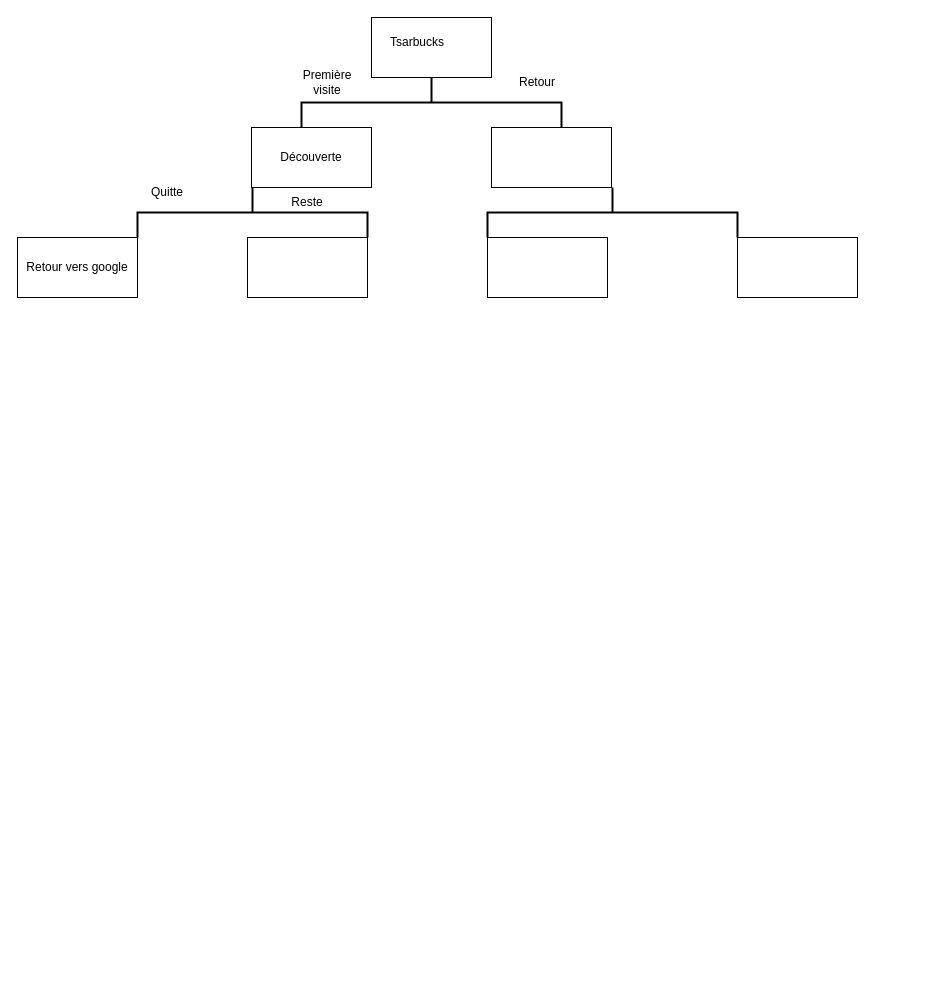
Above: parcours_utilisateur.drawio in Paul-FranckDencausse/Tsarbucks (draw.io), before the change. Source tidied: cells renumbered, new cells numbered last; positions are measured from the earlier drawing's top-left corner, leaving out a move shared by most shapes. Both pictures are drawn from the tidied source at 100%, with x=0, y=0 at pixel (17, 17).
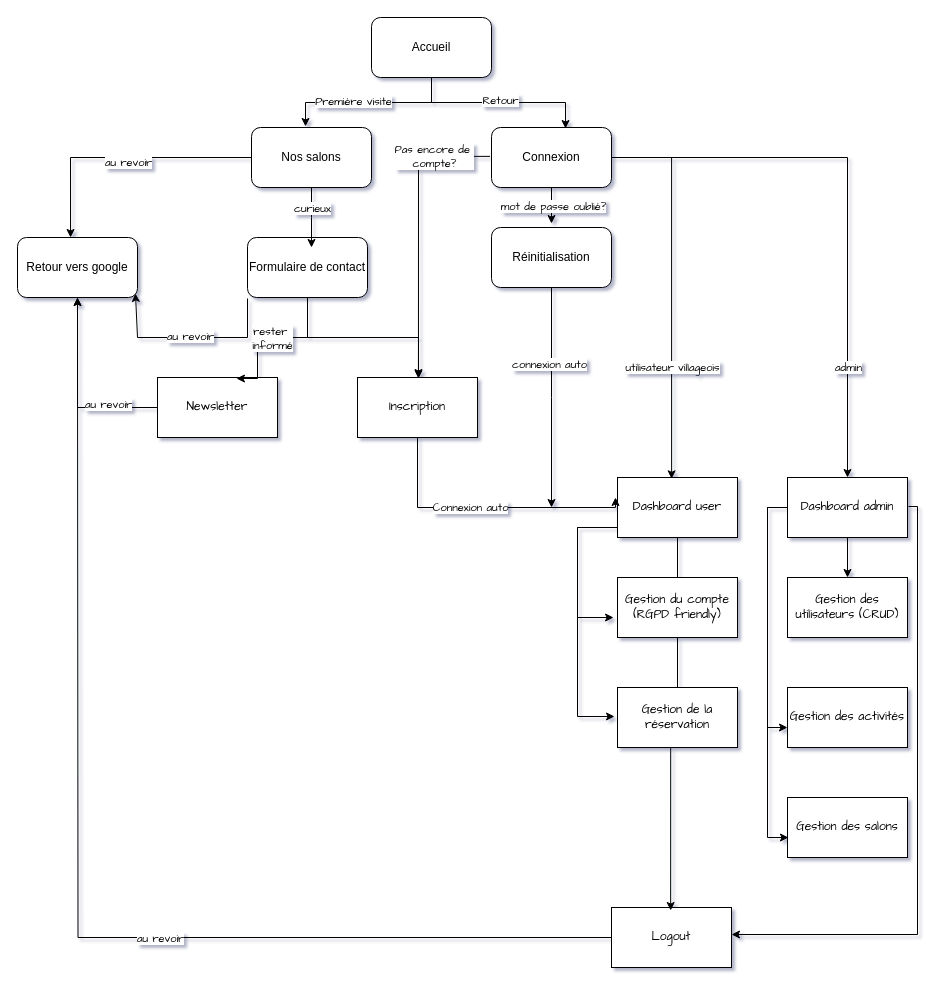
The same diagram, later.

Commit message:
Mettre à jour parcours_utilisateur.drawio

What changed in the source:
```diff
@@
-<mxGraphModel>
+<mxGraphModel shadow="1">
@@
-    <mxCell id="2" style="rounded=0;whiteSpace=wrap;html=1;" parent="1" vertex="1">
+    <mxCell id="2" value="Accueil" style="rounded=1;whiteSpace=wrap;html=1;" parent="1" vertex="1">
       <mxGeometry x="354" width="120" height="60" as="geometry" />
     </mxCell>
-    <mxCell id="3" style="strokeWidth=2;html=1;shape=mxgraph.flowchart.annotation_2;align=left;labelPosition=right;direction=south;" parent="1" vertex="1">
-      <mxGeometry x="284" y="60" width="260" height="50" as="geometry" />
-    </mxCell>
-    <mxCell id="4" value="Découverte" style="rounded=0;whiteSpace=wrap;html=1;" parent="1" vertex="1">
+    <mxCell id="4" value="Nos salons" style="rounded=1;whiteSpace=wrap;html=1;" parent="1" vertex="1">
       <mxGeometry x="234" y="110" width="120" height="60" as="geometry" />
     </mxCell>
-    <mxCell id="5" style="rounded=0;whiteSpace=wrap;html=1;" parent="1" vertex="1">
+    <mxCell id="5" value="Connexion" style="rounded=1;whiteSpace=wrap;html=1;" parent="1" vertex="1">
       <mxGeometry x="474" y="110" width="120" height="60" as="geometry" />
     </mxCell>
-    <mxCell id="6" value="Tsarbucks" style="text;html=1;align=center;verticalAlign=middle;whiteSpace=wrap;rounded=0;" parent="1" vertex="1">
-      <mxGeometry x="370" y="10" width="60" height="30" as="geometry" />
-    </mxCell>
-    <mxCell id="7" value="Première visite" style="text;html=1;align=center;verticalAlign=middle;whiteSpace=wrap;rounded=0;" parent="1" vertex="1">
-      <mxGeometry x="280" y="50" width="60" height="30" as="geometry" />
-    </mxCell>
-    <mxCell id="8" value="Retour" style="text;html=1;align=center;verticalAlign=middle;whiteSpace=wrap;rounded=0;" parent="1" vertex="1">
-      <mxGeometry x="490" y="50" width="60" height="30" as="geometry" />
-    </mxCell>
-    <mxCell id="9" style="strokeWidth=2;html=1;shape=mxgraph.flowchart.annotation_2;align=left;labelPosition=right;direction=south;" parent="1" vertex="1">
-      <mxGeometry x="120" y="170" width="230" height="50" as="geometry" />
-    </mxCell>
-    <mxCell id="10" value="Retour vers google" style="rounded=0;whiteSpace=wrap;html=1;" parent="1" vertex="1">
+    <mxCell id="10" value="Retour vers google" style="rounded=1;whiteSpace=wrap;html=1;" parent="1" vertex="1">
       <mxGeometry y="220" width="120" height="60" as="geometry" />
     </mxCell>
-    <mxCell id="11" style="rounded=0;whiteSpace=wrap;html=1;" parent="1" vertex="1">
+    <mxCell id="11" value="Formulaire de contact" style="rounded=1;whiteSpace=wrap;html=1;" parent="1" vertex="1">
       <mxGeometry x="230" y="220" width="120" height="60" as="geometry" />
     </mxCell>
-    <mxCell id="12" value="Quitte" style="text;html=1;align=center;verticalAlign=middle;whiteSpace=wrap;rounded=0;" parent="1" vertex="1">
-      <mxGeometry x="120" y="160" width="60" height="30" as="geometry" />
-    </mxCell>
-    <mxCell id="13" value="Reste" style="text;html=1;align=center;verticalAlign=middle;whiteSpace=wrap;rounded=0;" parent="1" vertex="1">
-      <mxGeometry x="260" y="170" width="60" height="30" as="geometry" />
-    </mxCell>
-    <mxCell id="14" style="strokeWidth=2;html=1;shape=mxgraph.flowchart.annotation_2;align=left;labelPosition=right;direction=south;" parent="1" vertex="1">
-      <mxGeometry x="470" y="170" width="250" height="50" as="geometry" />
-    </mxCell>
-    <mxCell id="15" style="rounded=0;whiteSpace=wrap;html=1;" parent="1" vertex="1">
-      <mxGeometry x="470" y="220" width="120" height="60" as="geometry" />
-    </mxCell>
+    <mxCell id="17" style="edgeStyle=orthogonalEdgeStyle;rounded=0;hachureGap=4;jettySize=auto;html=1;fontFamily=Architects Daughter;" parent="1" edge="1" source="16">
+      <mxGeometry relative="1" as="geometry">
+        <mxPoint x="534" y="490" as="targetPoint" />
+      </mxGeometry>
+    </mxCell>
+    <mxCell id="18" value="connexion auto" style="edgeLabel;html=1;align=center;verticalAlign=middle;hachureGap=4;fontFamily=Architects Daughter;" parent="17" vertex="1">
+      <mxGeometry x="-0.31" y="-3" relative="1" as="geometry" />
+    </mxCell>
-    <mxCell id="16" style="rounded=0;whiteSpace=wrap;html=1;" parent="1" vertex="1">
-      <mxGeometry x="720" y="220" width="120" height="60" as="geometry" />
+    <mxCell id="16" value="Réinitialisation" style="rounded=1;whiteSpace=wrap;html=1;" parent="1" vertex="1">
+      <mxGeometry x="474" y="210" width="120" height="60" as="geometry" />
     </mxCell>
+    <mxCell id="19" style="endArrow=classic;html=1;rounded=0;hachureGap=4;fontFamily=Architects Daughter;entryX=0.983;entryY=0.933;entryDx=0;entryDy=0;entryPerimeter=0;" parent="1" edge="1" target="10">
+      <mxGeometry relative="1" as="geometry">
+        <mxPoint x="230" y="281" as="sourcePoint" />
+        <Array as="points">
+          <mxPoint x="230" y="320" />
+          <mxPoint x="120" y="320" />
+        </Array>
+      </mxGeometry>
+    </mxCell>
+    <mxCell id="20" value="au revoir" style="edgeLabel;html=1;align=center;verticalAlign=middle;hachureGap=4;fontFamily=Architects Daughter;" parent="19" vertex="1">
+      <mxGeometry y="-2" relative="1" as="geometry" />
+    </mxCell>
+    <mxCell id="21" style="edgeStyle=orthogonalEdgeStyle;rounded=0;hachureGap=4;jettySize=auto;html=1;fontFamily=Architects Daughter;" parent="1" edge="1" source="23" target="10">
+      <mxGeometry relative="1" as="geometry" />
+    </mxCell>
+    <mxCell id="22" value="au revoir" style="edgeLabel;html=1;align=center;verticalAlign=middle;hachureGap=4;fontFamily=Architects Daughter;" parent="21" vertex="1">
+      <mxGeometry x="-0.47" y="-4" relative="1" as="geometry" />
+    </mxCell>
+    <mxCell id="23" value="Newsletter" style="rounded=0;whiteSpace=wrap;html=1;hachureGap=4;fontFamily=Architects Daughter;" parent="1" vertex="1">
+      <mxGeometry x="140" y="360" width="120" height="60" as="geometry" />
+    </mxCell>
+    <mxCell id="24" value="Inscription" style="rounded=0;whiteSpace=wrap;html=1;hachureGap=4;fontFamily=Architects Daughter;" parent="1" vertex="1">
+      <mxGeometry x="340" y="360" width="120" height="60" as="geometry" />
+    </mxCell>
+    <mxCell id="25" style="edgeStyle=orthogonalEdgeStyle;rounded=0;hachureGap=4;jettySize=auto;html=1;entryX=0.508;entryY=0;entryDx=0;entryDy=0;entryPerimeter=0;fontFamily=Architects Daughter;exitX=-0.012;exitY=0.481;exitDx=0;exitDy=0;exitPerimeter=0;" parent="1" edge="1" source="5" target="24">
+      <mxGeometry relative="1" as="geometry" />
+    </mxCell>
+    <mxCell id="26" value="Pas encore de&amp;nbsp;&lt;div&gt;compte?&lt;/div&gt;" style="edgeLabel;html=1;align=center;verticalAlign=middle;hachureGap=4;fontFamily=Architects Daughter;" parent="25" vertex="1">
+      <mxGeometry x="-0.62" relative="1" as="geometry" />
+    </mxCell>
+    <mxCell id="27" value="Dashboard user" style="rounded=0;whiteSpace=wrap;html=1;hachureGap=4;fontFamily=Architects Daughter;" parent="1" vertex="1">
+      <mxGeometry x="600" y="460" width="120" height="60" as="geometry" />
+    </mxCell>
+    <mxCell id="28" style="edgeStyle=orthogonalEdgeStyle;rounded=0;hachureGap=4;jettySize=auto;html=1;fontFamily=Architects Daughter;" parent="1" edge="1" source="5">
+      <mxGeometry relative="1" as="geometry">
+        <mxPoint x="534" y="206" as="targetPoint" />
+      </mxGeometry>
+    </mxCell>
+    <mxCell id="29" value="mot de passe oublié?" style="edgeLabel;html=1;align=center;verticalAlign=middle;hachureGap=4;fontFamily=Architects Daughter;" parent="28" vertex="1">
+      <mxGeometry x="-0.12" y="1" relative="1" as="geometry">
+        <mxPoint y="2" as="offset" />
+      </mxGeometry>
+    </mxCell>
+    <mxCell id="30" style="edgeStyle=orthogonalEdgeStyle;rounded=0;hachureGap=4;jettySize=auto;html=1;entryX=0.451;entryY=0.022;entryDx=0;entryDy=0;entryPerimeter=0;fontFamily=Architects Daughter;" parent="1" edge="1" source="5" target="27">
+      <mxGeometry relative="1" as="geometry" />
+    </mxCell>
+    <mxCell id="31" value="utilisateur villageois" style="edgeLabel;html=1;align=center;verticalAlign=middle;hachureGap=4;fontFamily=Architects Daughter;" parent="30" vertex="1">
+      <mxGeometry x="-0.02" y="-4" relative="1" as="geometry">
+        <mxPoint x="4" y="83" as="offset" />
+      </mxGeometry>
+    </mxCell>
+    <mxCell id="32" style="edgeStyle=orthogonalEdgeStyle;rounded=0;hachureGap=4;jettySize=auto;html=1;fontFamily=Architects Daughter;" parent="1" edge="1" source="33" target="56">
+      <mxGeometry relative="1" as="geometry" />
+    </mxCell>
+    <mxCell id="33" value="Dashboard admin" style="rounded=0;whiteSpace=wrap;html=1;hachureGap=4;fontFamily=Architects Daughter;" parent="1" vertex="1">
+      <mxGeometry x="770" y="460" width="120" height="60" as="geometry" />
+    </mxCell>
+    <mxCell id="34" style="edgeStyle=orthogonalEdgeStyle;rounded=0;hachureGap=4;jettySize=auto;html=1;entryX=0.5;entryY=0;entryDx=0;entryDy=0;entryPerimeter=0;fontFamily=Architects Daughter;" parent="1" edge="1" source="5" target="33">
+      <mxGeometry relative="1" as="geometry" />
+    </mxCell>
+    <mxCell id="35" value="admin" style="edgeLabel;html=1;align=center;verticalAlign=middle;hachureGap=4;fontFamily=Architects Daughter;" parent="34" vertex="1">
+      <mxGeometry x="0.38" y="2" relative="1" as="geometry">
+        <mxPoint x="-2" y="61" as="offset" />
+      </mxGeometry>
+    </mxCell>
+    <mxCell id="36" style="edgeStyle=orthogonalEdgeStyle;rounded=0;hachureGap=4;jettySize=auto;html=1;fontFamily=Architects Daughter;" parent="1" edge="1" source="38">
+      <mxGeometry relative="1" as="geometry">
+        <mxPoint x="60" y="280" as="targetPoint" />
+      </mxGeometry>
+    </mxCell>
+    <mxCell id="37" value="au revoir" style="edgeLabel;html=1;align=center;verticalAlign=middle;hachureGap=4;fontFamily=Architects Daughter;" parent="36" vertex="1">
+      <mxGeometry x="-0.23" relative="1" as="geometry" />
+    </mxCell>
+    <mxCell id="38" value="Logout" style="rounded=0;whiteSpace=wrap;html=1;hachureGap=4;fontFamily=Architects Daughter;" parent="1" vertex="1">
+      <mxGeometry x="594" y="890" width="120" height="60" as="geometry" />
+    </mxCell>
+    <mxCell id="39" style="edgeStyle=orthogonalEdgeStyle;rounded=0;hachureGap=4;jettySize=auto;html=1;entryX=0.493;entryY=0.05;entryDx=0;entryDy=0;entryPerimeter=0;fontFamily=Architects Daughter;" parent="1" edge="1" source="27" target="38">
+      <mxGeometry relative="1" as="geometry">
+        <Array as="points">
+          <mxPoint x="660" y="710" />
+          <mxPoint x="653" y="710" />
+        </Array>
+      </mxGeometry>
+    </mxCell>
+    <mxCell id="40" value="Gestion du compte (RGPD friendly)" style="rounded=0;whiteSpace=wrap;html=1;hachureGap=4;fontFamily=Architects Daughter;" parent="1" vertex="1">
+      <mxGeometry x="600" y="560" width="120" height="60" as="geometry" />
+    </mxCell>
+    <mxCell id="41" value="Gestion de la réservation" style="rounded=0;whiteSpace=wrap;html=1;hachureGap=4;fontFamily=Architects Daughter;" parent="1" vertex="1">
+      <mxGeometry x="600" y="670" width="120" height="60" as="geometry" />
+    </mxCell>
+    <mxCell id="42" style="edgeStyle=orthogonalEdgeStyle;rounded=0;hachureGap=4;jettySize=auto;html=1;fontFamily=Architects Daughter;entryX=-0.033;entryY=0.667;entryDx=0;entryDy=0;entryPerimeter=0;" parent="1" edge="1" target="40">
+      <mxGeometry relative="1" as="geometry">
+        <mxPoint x="600" y="499" as="sourcePoint" />
+        <Array as="points">
+          <mxPoint x="600" y="510" />
+          <mxPoint x="560" y="510" />
+          <mxPoint x="560" y="600" />
+        </Array>
+      </mxGeometry>
+    </mxCell>
+    <mxCell id="43" style="edgeStyle=orthogonalEdgeStyle;rounded=0;hachureGap=4;jettySize=auto;html=1;fontFamily=Architects Daughter;entryX=-0.025;entryY=0.483;entryDx=0;entryDy=0;entryPerimeter=0;" parent="1" edge="1" target="41">
+      <mxGeometry relative="1" as="geometry">
+        <mxPoint x="600" y="510" as="sourcePoint" />
+        <Array as="points">
+          <mxPoint x="560" y="510" />
+          <mxPoint x="560" y="699" />
+        </Array>
+      </mxGeometry>
+    </mxCell>
+    <mxCell id="44" style="edgeStyle=orthogonalEdgeStyle;rounded=0;hachureGap=4;jettySize=auto;html=1;entryX=1;entryY=0.45;entryDx=0;entryDy=0;entryPerimeter=0;fontFamily=Architects Daughter;exitX=1.008;exitY=0.483;exitDx=0;exitDy=0;exitPerimeter=0;" parent="1" edge="1" source="33" target="38">
+      <mxGeometry relative="1" as="geometry">
+        <Array as="points">
+          <mxPoint x="900" y="489" />
+          <mxPoint x="900" y="917" />
+        </Array>
+      </mxGeometry>
+    </mxCell>
+    <mxCell id="45" style="edgeStyle=orthogonalEdgeStyle;rounded=0;hachureGap=4;jettySize=auto;html=1;fontFamily=Architects Daughter;" parent="1" edge="1" source="24">
+      <mxGeometry relative="1" as="geometry">
+        <mxPoint x="598" y="480" as="targetPoint" />
+        <Array as="points">
+          <mxPoint x="400" y="490" />
+          <mxPoint x="598" y="490" />
+        </Array>
+      </mxGeometry>
+    </mxCell>
+    <mxCell id="46" value="Connexion auto" style="edgeLabel;html=1;align=center;verticalAlign=middle;hachureGap=4;fontFamily=Architects Daughter;" parent="45" vertex="1">
+      <mxGeometry x="-0.12" y="1" relative="1" as="geometry" />
+    </mxCell>
+    <mxCell id="47" style="edgeStyle=orthogonalEdgeStyle;rounded=0;hachureGap=4;jettySize=auto;html=1;fontFamily=Architects Daughter;" parent="1" edge="1" source="4">
+      <mxGeometry relative="1" as="geometry">
+        <mxPoint x="294" y="230" as="targetPoint" />
+      </mxGeometry>
+    </mxCell>
+    <mxCell id="48" value="curieux" style="edgeLabel;html=1;align=center;verticalAlign=middle;hachureGap=4;fontFamily=Architects Daughter;" parent="47" vertex="1">
+      <mxGeometry x="-0.34" relative="1" as="geometry" />
+    </mxCell>
+    <mxCell id="49" style="edgeStyle=orthogonalEdgeStyle;rounded=0;hachureGap=4;jettySize=auto;html=1;entryX=0.442;entryY=0;entryDx=0;entryDy=0;entryPerimeter=0;fontFamily=Architects Daughter;" parent="1" edge="1" source="4" target="10">
+      <mxGeometry relative="1" as="geometry" />
+    </mxCell>
+    <mxCell id="50" value="au revoir" style="edgeLabel;html=1;align=center;verticalAlign=middle;hachureGap=4;fontFamily=Architects Daughter;" parent="49" vertex="1">
+      <mxGeometry x="-0.05" y="4" relative="1" as="geometry" />
+    </mxCell>
+    <mxCell id="51" style="edgeStyle=orthogonalEdgeStyle;rounded=0;hachureGap=4;jettySize=auto;html=1;entryX=0.617;entryY=0.017;entryDx=0;entryDy=0;entryPerimeter=0;fontFamily=Architects Daughter;" parent="1" edge="1" source="2" target="5">
+      <mxGeometry relative="1" as="geometry" />
+    </mxCell>
+    <mxCell id="8" value="Retour" style="edgeLabel;html=1;align=center;verticalAlign=middle;hachureGap=4;fontFamily=Architects Daughter;" parent="51" vertex="1">
+      <mxGeometry x="0.01" y="3" relative="1" as="geometry" />
+    </mxCell>
+    <mxCell id="52" style="edgeStyle=orthogonalEdgeStyle;rounded=0;hachureGap=4;jettySize=auto;html=1;entryX=0.45;entryY=-0.017;entryDx=0;entryDy=0;entryPerimeter=0;fontFamily=Architects Daughter;" parent="1" edge="1" source="2" target="4">
+      <mxGeometry relative="1" as="geometry" />
+    </mxCell>
+    <mxCell id="7" value="Première visite" style="edgeLabel;html=1;align=center;verticalAlign=middle;hachureGap=4;fontFamily=Architects Daughter;" parent="52" vertex="1">
+      <mxGeometry x="0.19" y="-2" relative="1" as="geometry" />
+    </mxCell>
+    <mxCell id="53" style="edgeStyle=orthogonalEdgeStyle;rounded=0;hachureGap=4;jettySize=auto;html=1;entryX=0.508;entryY=0.017;entryDx=0;entryDy=0;entryPerimeter=0;fontFamily=Architects Daughter;" parent="1" edge="1" source="11" target="24">
+      <mxGeometry relative="1" as="geometry" />
+    </mxCell>
+    <mxCell id="54" style="edgeStyle=orthogonalEdgeStyle;rounded=0;hachureGap=4;jettySize=auto;html=1;entryX=0.658;entryY=0.017;entryDx=0;entryDy=0;entryPerimeter=0;fontFamily=Architects Daughter;" parent="1" edge="1" source="11" target="23">
+      <mxGeometry relative="1" as="geometry">
+        <Array as="points">
+          <mxPoint x="290" y="320" />
+          <mxPoint x="240" y="320" />
+          <mxPoint x="240" y="361" />
+        </Array>
+      </mxGeometry>
+    </mxCell>
+    <mxCell id="55" value="rester&amp;nbsp;&lt;div&gt;informé&lt;/div&gt;" style="edgeLabel;html=1;align=center;verticalAlign=middle;hachureGap=4;fontFamily=Architects Daughter;" parent="54" vertex="1">
+      <mxGeometry relative="1" as="geometry" />
+    </mxCell>
+    <mxCell id="56" value="Gestion des utilisateurs (CRUD)" style="rounded=0;whiteSpace=wrap;html=1;hachureGap=4;fontFamily=Architects Daughter;" parent="1" vertex="1">
+      <mxGeometry x="770" y="560" width="120" height="60" as="geometry" />
+    </mxCell>
+    <mxCell id="57" value="Gestion des activités" style="rounded=0;whiteSpace=wrap;html=1;hachureGap=4;fontFamily=Architects Daughter;" parent="1" vertex="1">
+      <mxGeometry x="770" y="670" width="120" height="60" as="geometry" />
+    </mxCell>
+    <mxCell id="58" value="Gestion des salons" style="rounded=0;whiteSpace=wrap;html=1;hachureGap=4;fontFamily=Architects Daughter;" parent="1" vertex="1">
+      <mxGeometry x="770" y="780" width="120" height="60" as="geometry" />
+    </mxCell>
+    <mxCell id="59" style="edgeStyle=orthogonalEdgeStyle;rounded=0;hachureGap=4;jettySize=auto;html=1;entryX=0;entryY=0.667;entryDx=0;entryDy=0;entryPerimeter=0;fontFamily=Architects Daughter;" parent="1" edge="1" source="33" target="57">
+      <mxGeometry relative="1" as="geometry">
+        <Array as="points">
+          <mxPoint x="750" y="490" />
+          <mxPoint x="750" y="710" />
+        </Array>
+      </mxGeometry>
+    </mxCell>
+    <mxCell id="60" style="edgeStyle=orthogonalEdgeStyle;rounded=0;hachureGap=4;jettySize=auto;html=1;entryX=0.008;entryY=0.667;entryDx=0;entryDy=0;entryPerimeter=0;fontFamily=Architects Daughter;" parent="1" edge="1" source="33" target="58">
+      <mxGeometry relative="1" as="geometry">
+        <Array as="points">
+          <mxPoint x="750" y="490" />
+          <mxPoint x="750" y="820" />
+        </Array>
+      </mxGeometry>
+    </mxCell>
```
